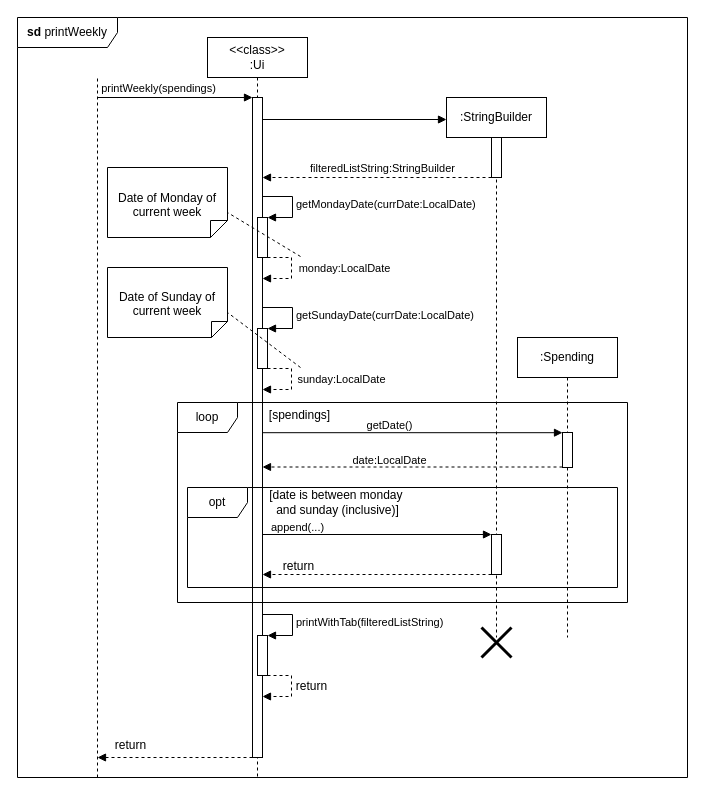
Before: docs/Diagrams/Commands/printWeekly.drawio in wongwh2002/CS2113TeamProject, a draw.io diagram. Source tidied: cells renumbered, new cells numbered last; positions are measured from the earlier drawing's top-left corner, leaving out a move shared by most shapes. Both pictures are drawn from the tidied source at 100%, with x=0, y=0 at pixel (17, 17).
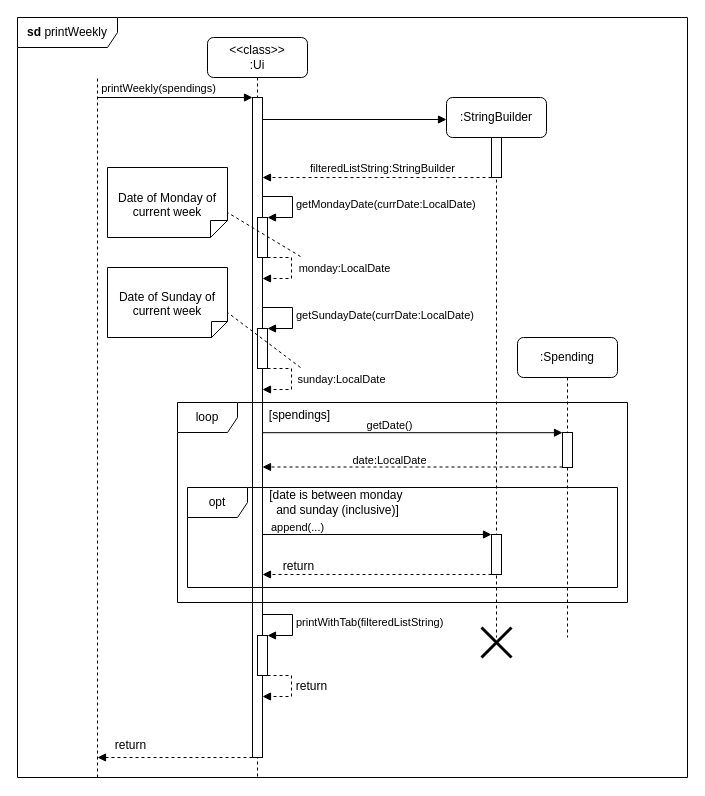
Above is the later version.

Diff of the diagram source:
```diff
@@
-    <mxCell id="5" value="&amp;lt;&amp;lt;class&amp;gt;&amp;gt;&lt;div&gt;:Ui&lt;/div&gt;" style="shape=umlLifeline;perimeter=lifelinePerimeter;whiteSpace=wrap;html=1;newEdgeStyle={&quot;curved&quot;:0,&quot;rounded&quot;:0};" parent="1" vertex="1">
+    <mxCell id="5" value="&amp;lt;&amp;lt;class&amp;gt;&amp;gt;&lt;div&gt;:Ui&lt;/div&gt;" style="shape=umlLifeline;perimeter=lifelinePerimeter;whiteSpace=wrap;html=1;newEdgeStyle={&quot;curved&quot;:0,&quot;rounded&quot;:0};rounded=1;" parent="1" vertex="1">
       <mxGeometry x="190" y="20" width="100" height="740" as="geometry" />
     </mxCell>
@@
-    <mxCell id="15" value=":StringBuilder" style="shape=umlLifeline;perimeter=lifelinePerimeter;whiteSpace=wrap;html=1;newEdgeStyle={&quot;curved&quot;:0,&quot;rounded&quot;:0};" parent="1" vertex="1">
+    <mxCell id="15" value=":StringBuilder" style="shape=umlLifeline;perimeter=lifelinePerimeter;whiteSpace=wrap;html=1;newEdgeStyle={&quot;curved&quot;:0,&quot;rounded&quot;:0};rounded=1;" parent="1" vertex="1">
       <mxGeometry x="429" y="80" width="100" height="540" as="geometry" />
     </mxCell>
@@
-    <mxCell id="30" value=":Spending" style="shape=umlLifeline;perimeter=lifelinePerimeter;whiteSpace=wrap;html=1;newEdgeStyle={&quot;curved&quot;:0,&quot;rounded&quot;:0};" parent="1" vertex="1">
+    <mxCell id="30" value=":Spending" style="shape=umlLifeline;perimeter=lifelinePerimeter;whiteSpace=wrap;html=1;newEdgeStyle={&quot;curved&quot;:0,&quot;rounded&quot;:0};rounded=1;" parent="1" vertex="1">
       <mxGeometry x="500" y="320" width="100" height="300" as="geometry" />
     </mxCell>
```
